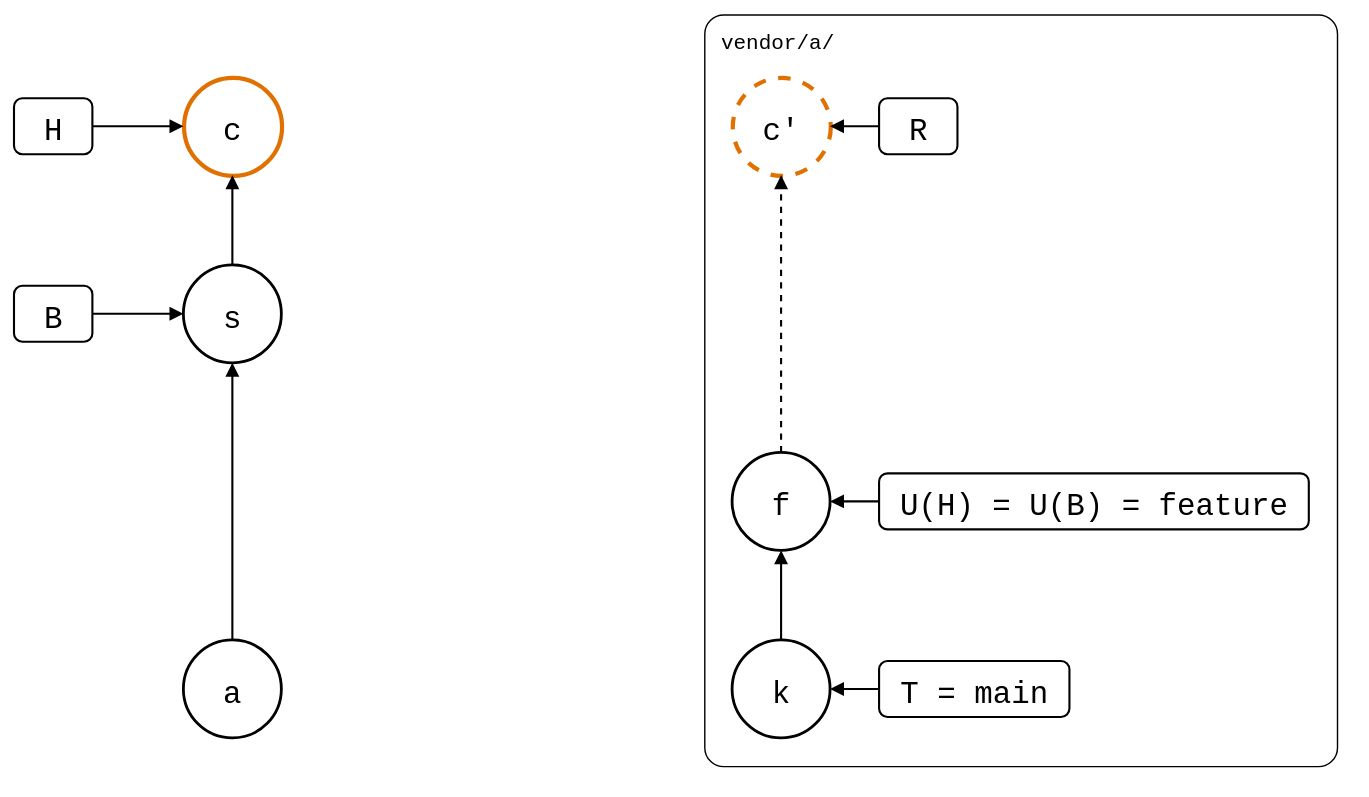
This is test/scenarios/03-branches-and-teamwork/03-squash-merged-pull/squash-merged-pull.drawio.svg from roschaefer/git-splice, a draw.io export, as it was before one commit. Source tidied: cells renumbered, new cells last; positions are measured from the earlier drawing's top-left corner, leaving out a move shared by most shapes.
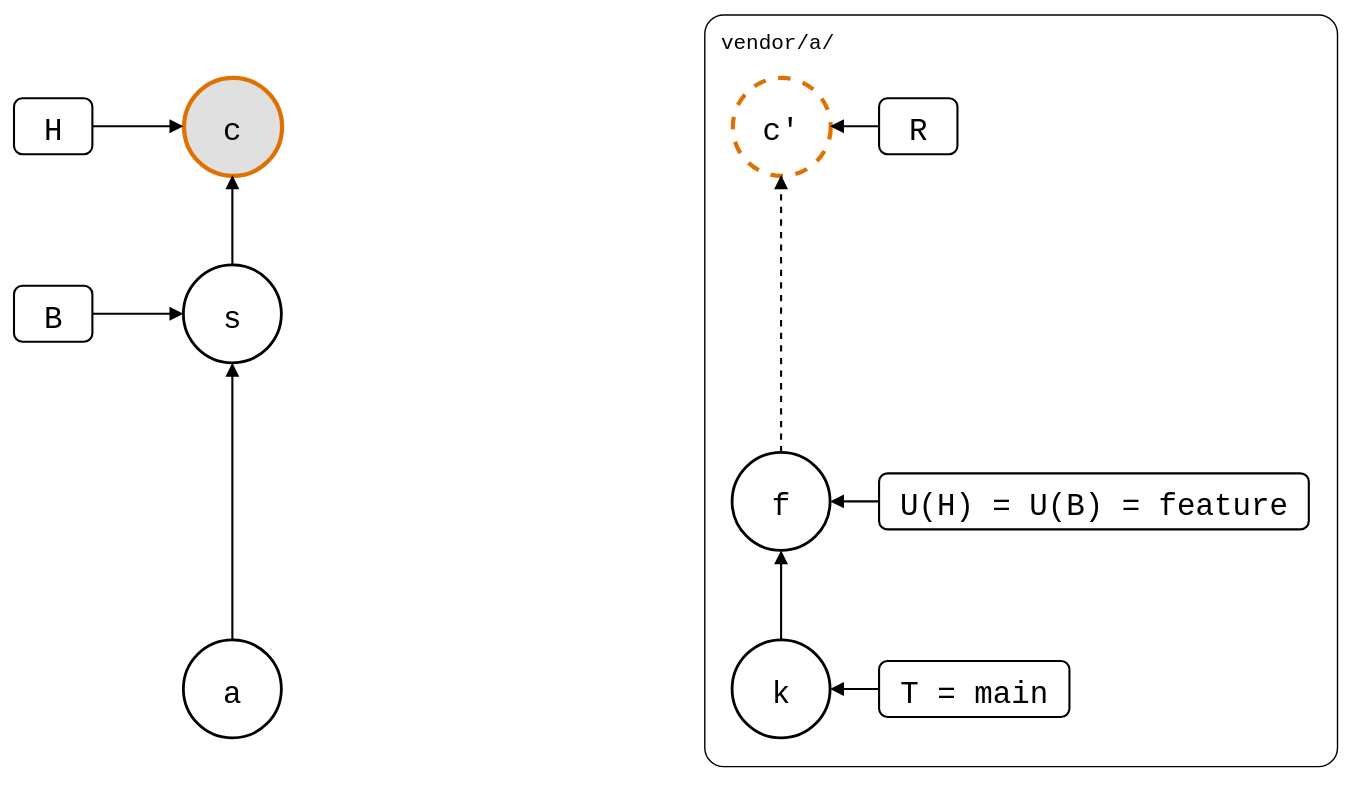
The same diagram one commit later.

The edit, as a diff of the source:
```diff
@@ -11,7 +11,7 @@
     <mxCell id="4" value="s" style="ellipse;strokeWidth=2;fontSize=22;fontFamily=Roboto Mono,monospace;" parent="1" vertex="1">
       <mxGeometry x="121" y="179" width="70" height="70" as="geometry" />
     </mxCell>
-    <mxCell id="5" value="c" style="ellipse;fontSize=22;fontFamily=Roboto Mono,monospace;strokeColor=#E07000;strokeWidth=3;" parent="1" vertex="1">
+    <mxCell id="5" value="c" style="ellipse;fontSize=22;fontFamily=Roboto Mono,monospace;fillColor=#E0E0E0;strokeColor=#E07000;strokeWidth=3;" parent="1" vertex="1">
       <mxGeometry x="121" y="45" width="70" height="70" as="geometry" />
     </mxCell>
     <mxCell id="6" value="k" style="ellipse;strokeWidth=2;fontSize=22;fontFamily=Roboto Mono,monospace;" parent="1" vertex="1">
```
